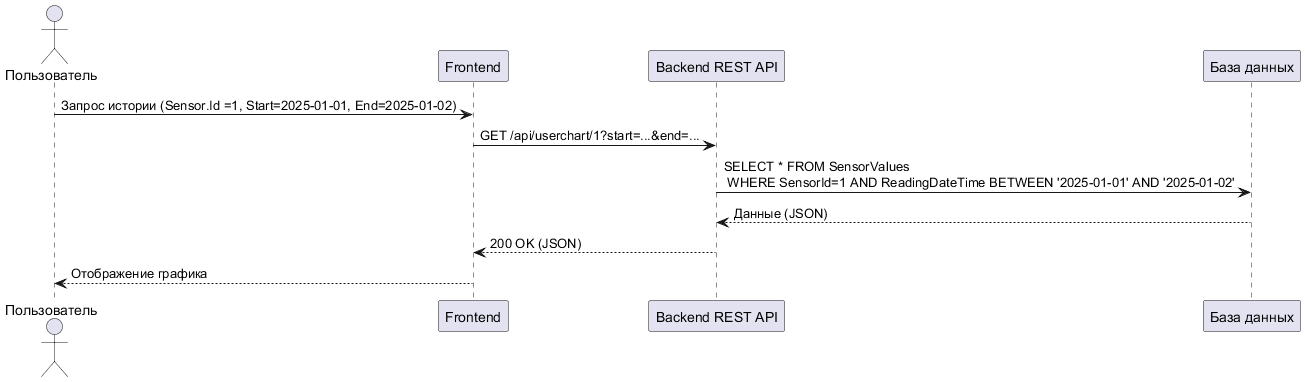
This is uml/SequenceGetUserchar.png from ijade/ModulesMonitor, a PlantUML export, as it was before one commit.
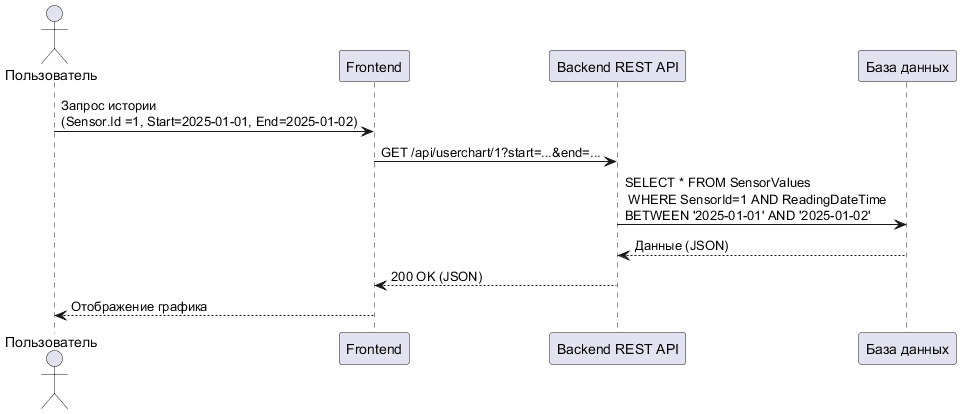
After the commit.

The edit, as a diff of the source:
```diff
@@ -4,9 +4,9 @@
 participant "Backend REST API" as API
 participant "База данных" as DB
 
-User -> UI: Запрос истории (Sensor.Id =1, Start=2025-01-01, End=2025-01-02)
+User -> UI: Запрос истории \n(Sensor.Id =1, Start=2025-01-01, End=2025-01-02)
 UI -> API: GET /api/userchart/1?start=...&end=...
-API -> DB: SELECT * FROM SensorValues \n WHERE SensorId=1 AND ReadingDateTime BETWEEN '2025-01-01' AND '2025-01-02'
+API -> DB: SELECT * FROM SensorValues \n WHERE SensorId=1 AND ReadingDateTime \nBETWEEN '2025-01-01' AND '2025-01-02'
 DB --> API: Данные (JSON)
 API --> UI: 200 OK (JSON)
 UI --> User: Отображение графика
```
